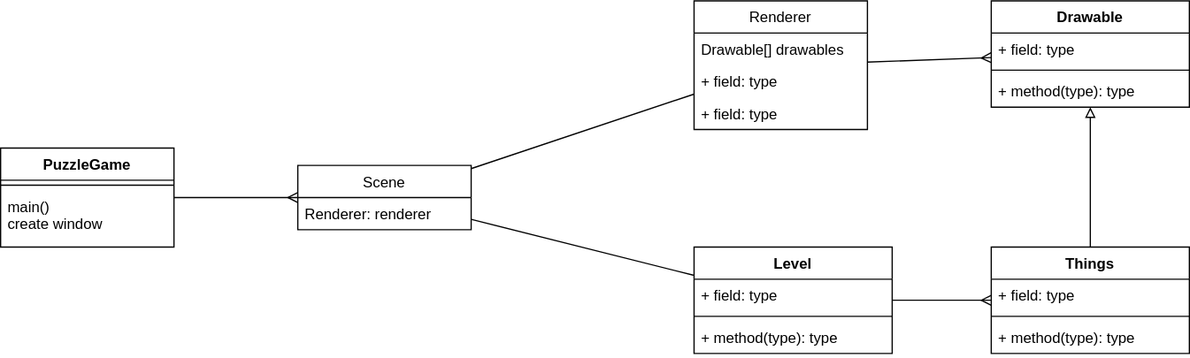
Earlier version of the draw.io export doc/Program structure.drawio.svg (BenMens/ray-tracing-puzzle). Source tidied: cells renumbered, new cells last; positions are measured from the earlier drawing's top-left corner, leaving out a move shared by most shapes. Its diagram source:
```xml
<mxGraphModel>
  <root>
    <mxCell id="0" />
    <mxCell id="1" parent="0" />
    <mxCell id="2" value="Scene" style="swimlane;fontStyle=0;horizontal=1;startSize=26;fillColor=none;" parent="1" vertex="1">
      <mxGeometry x="240" y="133" width="140" height="52" as="geometry" />
    </mxCell>
    <mxCell id="3" value="Renderer: renderer" style="text;strokeColor=none;fillColor=none;align=left;verticalAlign=top;spacingLeft=4;spacingRight=4;overflow=hidden;" parent="2" vertex="1">
      <mxGeometry y="26" width="140" height="26" as="geometry" />
    </mxCell>
    <mxCell id="4" value="Renderer" style="swimlane;fontStyle=0;horizontal=1;startSize=26;fillColor=none;" parent="1" vertex="1">
      <mxGeometry x="560" width="140" height="104" as="geometry" />
    </mxCell>
    <mxCell id="5" value="Drawable[] drawables" style="text;strokeColor=none;fillColor=none;align=left;verticalAlign=top;spacingLeft=4;spacingRight=4;overflow=hidden;" parent="4" vertex="1">
      <mxGeometry y="26" width="140" height="26" as="geometry" />
    </mxCell>
    <mxCell id="6" value="+ field: type" style="text;strokeColor=none;fillColor=none;align=left;verticalAlign=top;spacingLeft=4;spacingRight=4;overflow=hidden;" parent="4" vertex="1">
      <mxGeometry y="52" width="140" height="26" as="geometry" />
    </mxCell>
    <mxCell id="7" value="+ field: type" style="text;strokeColor=none;fillColor=none;align=left;verticalAlign=top;spacingLeft=4;spacingRight=4;overflow=hidden;" parent="4" vertex="1">
      <mxGeometry y="78" width="140" height="26" as="geometry" />
    </mxCell>
    <mxCell id="8" style="edgeStyle=none;html=1;endArrow=ERmany;endFill=0;" parent="1" edge="1" source="9" target="2">
      <mxGeometry relative="1" as="geometry" />
    </mxCell>
    <mxCell id="9" value="PuzzleGame" style="swimlane;fontStyle=1;align=center;verticalAlign=top;horizontal=1;startSize=26;" parent="1" vertex="1">
      <mxGeometry y="119" width="140" height="80" as="geometry" />
    </mxCell>
    <mxCell id="10" style="line;strokeWidth=1;fillColor=none;align=left;verticalAlign=middle;spacingTop=-1;spacingLeft=3;spacingRight=3;labelPosition=right;" parent="9" vertex="1">
      <mxGeometry y="26" width="140" height="8" as="geometry" />
    </mxCell>
    <mxCell id="11" value="main()&#10;    create window" style="text;strokeColor=none;fillColor=none;align=left;verticalAlign=top;spacingLeft=4;spacingRight=4;overflow=hidden;" parent="9" vertex="1">
      <mxGeometry y="34" width="140" height="46" as="geometry" />
    </mxCell>
    <mxCell id="12" style="edgeStyle=none;html=1;endArrow=none;endFill=0;" parent="1" edge="1" source="2" target="4">
      <mxGeometry relative="1" as="geometry" />
    </mxCell>
    <mxCell id="13" value="Drawable" style="swimlane;fontStyle=1;align=center;verticalAlign=top;horizontal=1;startSize=26;" parent="1" vertex="1">
      <mxGeometry x="800" width="160" height="86" as="geometry" />
    </mxCell>
    <mxCell id="14" value="+ field: type" style="text;strokeColor=none;fillColor=none;align=left;verticalAlign=top;spacingLeft=4;spacingRight=4;overflow=hidden;" parent="13" vertex="1">
      <mxGeometry y="26" width="160" height="26" as="geometry" />
    </mxCell>
    <mxCell id="15" style="line;strokeWidth=1;fillColor=none;align=left;verticalAlign=middle;spacingTop=-1;spacingLeft=3;spacingRight=3;labelPosition=right;" parent="13" vertex="1">
      <mxGeometry y="52" width="160" height="8" as="geometry" />
    </mxCell>
    <mxCell id="16" value="+ method(type): type" style="text;strokeColor=none;fillColor=none;align=left;verticalAlign=top;spacingLeft=4;spacingRight=4;overflow=hidden;" parent="13" vertex="1">
      <mxGeometry y="60" width="160" height="26" as="geometry" />
    </mxCell>
    <mxCell id="17" style="edgeStyle=none;html=1;endArrow=ERmany;endFill=0;" parent="1" edge="1" source="4" target="13">
      <mxGeometry relative="1" as="geometry" />
    </mxCell>
    <mxCell id="18" value="Level" style="swimlane;fontStyle=1;align=center;verticalAlign=top;horizontal=1;startSize=26;" parent="1" vertex="1">
      <mxGeometry x="560" y="199" width="160" height="86" as="geometry" />
    </mxCell>
    <mxCell id="19" value="+ field: type" style="text;strokeColor=none;fillColor=none;align=left;verticalAlign=top;spacingLeft=4;spacingRight=4;overflow=hidden;" parent="18" vertex="1">
      <mxGeometry y="26" width="160" height="26" as="geometry" />
    </mxCell>
    <mxCell id="20" style="line;strokeWidth=1;fillColor=none;align=left;verticalAlign=middle;spacingTop=-1;spacingLeft=3;spacingRight=3;labelPosition=right;" parent="18" vertex="1">
      <mxGeometry y="52" width="160" height="8" as="geometry" />
    </mxCell>
    <mxCell id="21" value="+ method(type): type" style="text;strokeColor=none;fillColor=none;align=left;verticalAlign=top;spacingLeft=4;spacingRight=4;overflow=hidden;" parent="18" vertex="1">
      <mxGeometry y="60" width="160" height="26" as="geometry" />
    </mxCell>
    <mxCell id="22" style="edgeStyle=none;html=1;endArrow=none;endFill=0;" parent="1" edge="1" source="2" target="18">
      <mxGeometry relative="1" as="geometry" />
    </mxCell>
    <mxCell id="23" style="edgeStyle=none;html=1;endArrow=block;endFill=0;" parent="1" edge="1" source="24" target="13">
      <mxGeometry relative="1" as="geometry" />
    </mxCell>
    <mxCell id="24" value="Things" style="swimlane;fontStyle=1;align=center;verticalAlign=top;horizontal=1;startSize=26;" parent="1" vertex="1">
      <mxGeometry x="800" y="199" width="160" height="86" as="geometry" />
    </mxCell>
    <mxCell id="25" value="+ field: type" style="text;strokeColor=none;fillColor=none;align=left;verticalAlign=top;spacingLeft=4;spacingRight=4;overflow=hidden;" parent="24" vertex="1">
      <mxGeometry y="26" width="160" height="26" as="geometry" />
    </mxCell>
    <mxCell id="26" style="line;strokeWidth=1;fillColor=none;align=left;verticalAlign=middle;spacingTop=-1;spacingLeft=3;spacingRight=3;labelPosition=right;" parent="24" vertex="1">
      <mxGeometry y="52" width="160" height="8" as="geometry" />
    </mxCell>
    <mxCell id="27" value="+ method(type): type" style="text;strokeColor=none;fillColor=none;align=left;verticalAlign=top;spacingLeft=4;spacingRight=4;overflow=hidden;" parent="24" vertex="1">
      <mxGeometry y="60" width="160" height="26" as="geometry" />
    </mxCell>
    <mxCell id="28" style="edgeStyle=none;html=1;endArrow=ERmany;endFill=0;" parent="1" edge="1" source="18" target="24">
      <mxGeometry relative="1" as="geometry" />
    </mxCell>
  </root>
</mxGraphModel>
```
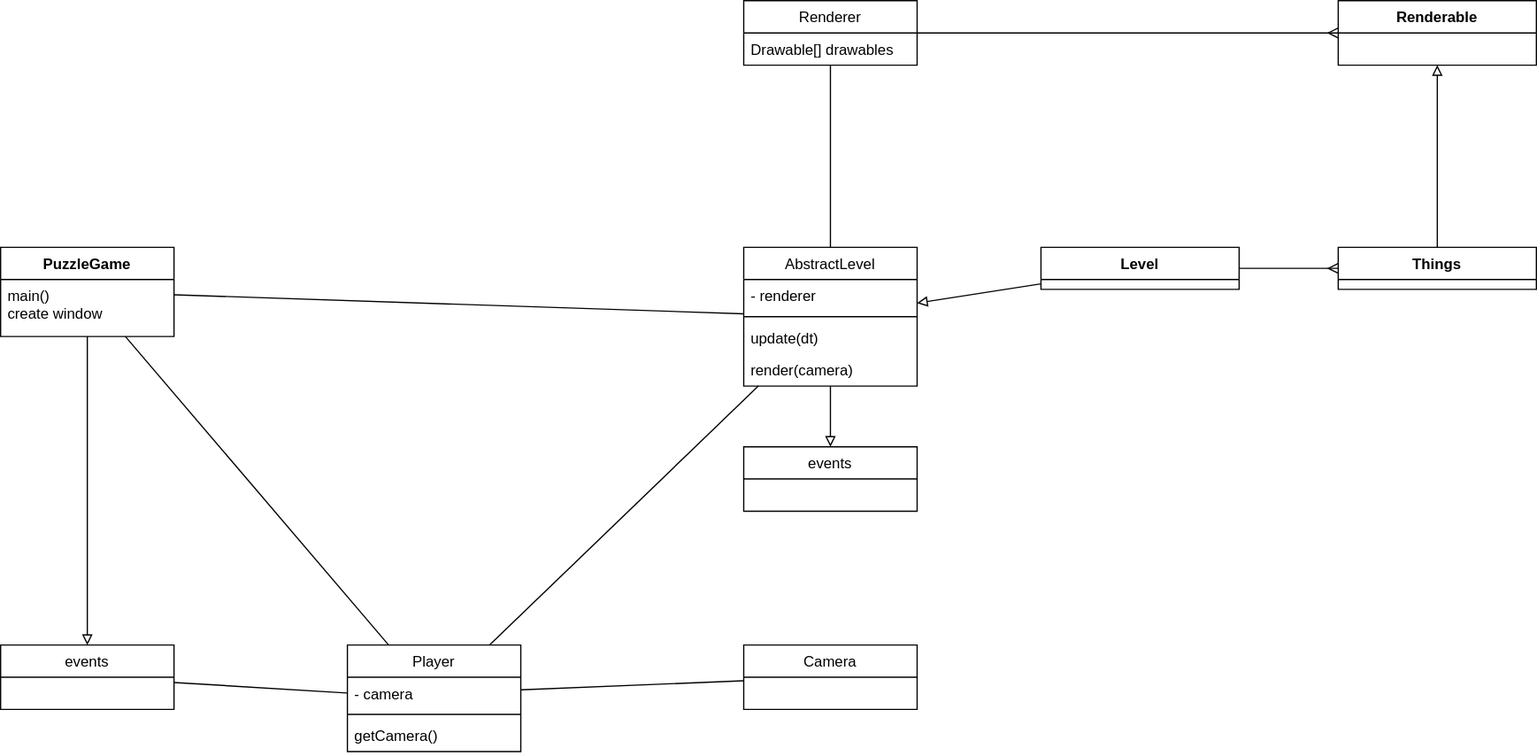
Later version of the same file.

Commit message:
designed program

What changed in the source:
```diff
@@ -2,86 +2,98 @@
   <root>
     <mxCell id="0" />
     <mxCell id="1" parent="0" />
-    <mxCell id="2" value="Scene" style="swimlane;fontStyle=0;horizontal=1;startSize=26;fillColor=none;" parent="1" vertex="1">
-      <mxGeometry x="240" y="133" width="140" height="52" as="geometry" />
-    </mxCell>
-    <mxCell id="3" value="Renderer: renderer" style="text;strokeColor=none;fillColor=none;align=left;verticalAlign=top;spacingLeft=4;spacingRight=4;overflow=hidden;" parent="2" vertex="1">
-      <mxGeometry y="26" width="140" height="26" as="geometry" />
-    </mxCell>
     <mxCell id="4" value="Renderer" style="swimlane;fontStyle=0;horizontal=1;startSize=26;fillColor=none;" parent="1" vertex="1">
-      <mxGeometry x="560" width="140" height="104" as="geometry" />
+      <mxGeometry x="320" width="140" height="52" as="geometry" />
     </mxCell>
     <mxCell id="5" value="Drawable[] drawables" style="text;strokeColor=none;fillColor=none;align=left;verticalAlign=top;spacingLeft=4;spacingRight=4;overflow=hidden;" parent="4" vertex="1">
       <mxGeometry y="26" width="140" height="26" as="geometry" />
     </mxCell>
-    <mxCell id="6" value="+ field: type" style="text;strokeColor=none;fillColor=none;align=left;verticalAlign=top;spacingLeft=4;spacingRight=4;overflow=hidden;" parent="4" vertex="1">
-      <mxGeometry y="52" width="140" height="26" as="geometry" />
-    </mxCell>
-    <mxCell id="7" value="+ field: type" style="text;strokeColor=none;fillColor=none;align=left;verticalAlign=top;spacingLeft=4;spacingRight=4;overflow=hidden;" parent="4" vertex="1">
-      <mxGeometry y="78" width="140" height="26" as="geometry" />
-    </mxCell>
-    <mxCell id="8" style="edgeStyle=none;html=1;endArrow=ERmany;endFill=0;" parent="1" edge="1" source="9" target="2">
-      <mxGeometry relative="1" as="geometry" />
-    </mxCell>
+    <mxCell id="29" style="edgeStyle=none;html=1;endArrow=none;endFill=0;" parent="1" edge="1" source="9" target="34">
+      <mxGeometry relative="1" as="geometry" />
+    </mxCell>
+    <mxCell id="30" style="edgeStyle=none;html=1;endArrow=none;endFill=0;" parent="1" edge="1" source="9" target="42">
+      <mxGeometry relative="1" as="geometry" />
+    </mxCell>
+    <mxCell id="31" style="edgeStyle=none;html=1;startArrow=block;startFill=0;endArrow=none;endFill=0;" parent="1" edge="1" source="49" target="9">
+      <mxGeometry relative="1" as="geometry" />
+    </mxCell>
     <mxCell id="9" value="PuzzleGame" style="swimlane;fontStyle=1;align=center;verticalAlign=top;horizontal=1;startSize=26;" parent="1" vertex="1">
-      <mxGeometry y="119" width="140" height="80" as="geometry" />
+      <mxGeometry x="-280" y="199" width="140" height="72" as="geometry" />
     </mxCell>
-    <mxCell id="10" style="line;strokeWidth=1;fillColor=none;align=left;verticalAlign=middle;spacingTop=-1;spacingLeft=3;spacingRight=3;labelPosition=right;" parent="9" vertex="1">
-      <mxGeometry y="26" width="140" height="8" as="geometry" />
-    </mxCell>
     <mxCell id="11" value="main()&#10;    create window" style="text;strokeColor=none;fillColor=none;align=left;verticalAlign=top;spacingLeft=4;spacingRight=4;overflow=hidden;" parent="9" vertex="1">
-      <mxGeometry y="34" width="140" height="46" as="geometry" />
+      <mxGeometry y="26" width="140" height="46" as="geometry" />
     </mxCell>
-    <mxCell id="12" style="edgeStyle=none;html=1;endArrow=none;endFill=0;" parent="1" edge="1" source="2" target="4">
-      <mxGeometry relative="1" as="geometry" />
-    </mxCell>
-    <mxCell id="13" value="Drawable" style="swimlane;fontStyle=1;align=center;verticalAlign=top;horizontal=1;startSize=26;" parent="1" vertex="1">
-      <mxGeometry x="800" width="160" height="86" as="geometry" />
+    <mxCell id="13" value="Renderable" style="swimlane;fontStyle=1;align=center;verticalAlign=top;horizontal=1;startSize=26;" parent="1" vertex="1">
+      <mxGeometry x="800" width="160" height="52" as="geometry" />
     </mxCell>
-    <mxCell id="14" value="+ field: type" style="text;strokeColor=none;fillColor=none;align=left;verticalAlign=top;spacingLeft=4;spacingRight=4;overflow=hidden;" parent="13" vertex="1">
-      <mxGeometry y="26" width="160" height="26" as="geometry" />
-    </mxCell>
-    <mxCell id="15" style="line;strokeWidth=1;fillColor=none;align=left;verticalAlign=middle;spacingTop=-1;spacingLeft=3;spacingRight=3;labelPosition=right;" parent="13" vertex="1">
-      <mxGeometry y="52" width="160" height="8" as="geometry" />
-    </mxCell>
-    <mxCell id="16" value="+ method(type): type" style="text;strokeColor=none;fillColor=none;align=left;verticalAlign=top;spacingLeft=4;spacingRight=4;overflow=hidden;" parent="13" vertex="1">
-      <mxGeometry y="60" width="160" height="26" as="geometry" />
-    </mxCell>
     <mxCell id="17" style="edgeStyle=none;html=1;endArrow=ERmany;endFill=0;" parent="1" edge="1" source="4" target="13">
       <mxGeometry relative="1" as="geometry" />
     </mxCell>
     <mxCell id="18" value="Level" style="swimlane;fontStyle=1;align=center;verticalAlign=top;horizontal=1;startSize=26;" parent="1" vertex="1">
-      <mxGeometry x="560" y="199" width="160" height="86" as="geometry" />
+      <mxGeometry x="560" y="199" width="160" height="34" as="geometry" />
     </mxCell>
-    <mxCell id="19" value="+ field: type" style="text;strokeColor=none;fillColor=none;align=left;verticalAlign=top;spacingLeft=4;spacingRight=4;overflow=hidden;" parent="18" vertex="1">
-      <mxGeometry y="26" width="160" height="26" as="geometry" />
-    </mxCell>
-    <mxCell id="20" style="line;strokeWidth=1;fillColor=none;align=left;verticalAlign=middle;spacingTop=-1;spacingLeft=3;spacingRight=3;labelPosition=right;" parent="18" vertex="1">
-      <mxGeometry y="52" width="160" height="8" as="geometry" />
-    </mxCell>
-    <mxCell id="21" value="+ method(type): type" style="text;strokeColor=none;fillColor=none;align=left;verticalAlign=top;spacingLeft=4;spacingRight=4;overflow=hidden;" parent="18" vertex="1">
-      <mxGeometry y="60" width="160" height="26" as="geometry" />
-    </mxCell>
-    <mxCell id="22" style="edgeStyle=none;html=1;endArrow=none;endFill=0;" parent="1" edge="1" source="2" target="18">
-      <mxGeometry relative="1" as="geometry" />
-    </mxCell>
     <mxCell id="23" style="edgeStyle=none;html=1;endArrow=block;endFill=0;" parent="1" edge="1" source="24" target="13">
       <mxGeometry relative="1" as="geometry" />
     </mxCell>
     <mxCell id="24" value="Things" style="swimlane;fontStyle=1;align=center;verticalAlign=top;horizontal=1;startSize=26;" parent="1" vertex="1">
-      <mxGeometry x="800" y="199" width="160" height="86" as="geometry" />
+      <mxGeometry x="800" y="199" width="160" height="34" as="geometry" />
     </mxCell>
-    <mxCell id="25" value="+ field: type" style="text;strokeColor=none;fillColor=none;align=left;verticalAlign=top;spacingLeft=4;spacingRight=4;overflow=hidden;" parent="24" vertex="1">
-      <mxGeometry y="26" width="160" height="26" as="geometry" />
-    </mxCell>
-    <mxCell id="26" style="line;strokeWidth=1;fillColor=none;align=left;verticalAlign=middle;spacingTop=-1;spacingLeft=3;spacingRight=3;labelPosition=right;" parent="24" vertex="1">
-      <mxGeometry y="52" width="160" height="8" as="geometry" />
-    </mxCell>
-    <mxCell id="27" value="+ method(type): type" style="text;strokeColor=none;fillColor=none;align=left;verticalAlign=top;spacingLeft=4;spacingRight=4;overflow=hidden;" parent="24" vertex="1">
-      <mxGeometry y="60" width="160" height="26" as="geometry" />
-    </mxCell>
     <mxCell id="28" style="edgeStyle=none;html=1;endArrow=ERmany;endFill=0;" parent="1" edge="1" source="18" target="24">
       <mxGeometry relative="1" as="geometry" />
     </mxCell>
+    <mxCell id="32" style="edgeStyle=none;html=1;endArrow=none;endFill=0;" parent="1" edge="1" source="35" target="38">
+      <mxGeometry relative="1" as="geometry" />
+    </mxCell>
+    <mxCell id="33" style="edgeStyle=none;html=1;startArrow=none;startFill=0;endArrow=none;endFill=0;" parent="1" edge="1" source="34" target="42">
+      <mxGeometry relative="1" as="geometry" />
+    </mxCell>
+    <mxCell id="34" value="Player" style="swimlane;fontStyle=0;horizontal=1;startSize=26;fillColor=none;" parent="1" vertex="1">
+      <mxGeometry y="520" width="140" height="86" as="geometry" />
+    </mxCell>
+    <mxCell id="35" value="- camera" style="text;strokeColor=none;fillColor=none;align=left;verticalAlign=top;spacingLeft=4;spacingRight=4;overflow=hidden;points=[[0,0.5],[1,0.5]];portConstraint=eastwest;" parent="34" vertex="1">
+      <mxGeometry y="26" width="140" height="26" as="geometry" />
+    </mxCell>
+    <mxCell id="36" style="line;strokeWidth=1;fillColor=none;align=left;verticalAlign=middle;spacingTop=-1;spacingLeft=3;spacingRight=3;labelPosition=right;" parent="34" vertex="1">
+      <mxGeometry y="52" width="140" height="8" as="geometry" />
+    </mxCell>
+    <mxCell id="37" value="getCamera()" style="text;strokeColor=none;fillColor=none;align=left;verticalAlign=top;spacingLeft=4;spacingRight=4;overflow=hidden;" parent="34" vertex="1">
+      <mxGeometry y="60" width="140" height="26" as="geometry" />
+    </mxCell>
+    <mxCell id="38" value="Camera" style="swimlane;fontStyle=0;horizontal=1;startSize=26;fillColor=none;" parent="1" vertex="1">
+      <mxGeometry x="320" y="520" width="140" height="52" as="geometry" />
+    </mxCell>
+    <mxCell id="39" style="edgeStyle=none;html=1;endArrow=none;endFill=0;startArrow=block;startFill=0;" parent="1" edge="1" source="42" target="18">
+      <mxGeometry relative="1" as="geometry" />
+    </mxCell>
+    <mxCell id="40" style="edgeStyle=none;html=1;endArrow=none;endFill=0;" parent="1" edge="1" source="42" target="4">
+      <mxGeometry relative="1" as="geometry" />
+    </mxCell>
+    <mxCell id="41" style="edgeStyle=none;html=1;endArrow=block;endFill=0;startArrow=none;startFill=0;" parent="1" edge="1" source="42" target="47">
+      <mxGeometry relative="1" as="geometry" />
+    </mxCell>
+    <mxCell id="42" value="AbstractLevel" style="swimlane;fontStyle=0;horizontal=1;startSize=26;fillColor=none;" parent="1" vertex="1">
+      <mxGeometry x="320" y="199" width="140" height="112" as="geometry" />
+    </mxCell>
+    <mxCell id="43" value="- renderer" style="text;strokeColor=none;fillColor=none;align=left;verticalAlign=top;spacingLeft=4;spacingRight=4;overflow=hidden;" parent="42" vertex="1">
+      <mxGeometry y="26" width="140" height="26" as="geometry" />
+    </mxCell>
+    <mxCell id="44" style="line;strokeWidth=1;fillColor=none;align=left;verticalAlign=middle;spacingTop=-1;spacingLeft=3;spacingRight=3;labelPosition=right;" parent="42" vertex="1">
+      <mxGeometry y="52" width="140" height="8" as="geometry" />
+    </mxCell>
+    <mxCell id="45" value="update(dt)" style="text;strokeColor=none;fillColor=none;align=left;verticalAlign=top;spacingLeft=4;spacingRight=4;overflow=hidden;" parent="42" vertex="1">
+      <mxGeometry y="60" width="140" height="26" as="geometry" />
+    </mxCell>
+    <mxCell id="46" value="render(camera)" style="text;strokeColor=none;fillColor=none;align=left;verticalAlign=top;spacingLeft=4;spacingRight=4;overflow=hidden;" parent="42" vertex="1">
+      <mxGeometry y="86" width="140" height="26" as="geometry" />
+    </mxCell>
+    <mxCell id="47" value="events" style="swimlane;fontStyle=0;horizontal=1;startSize=26;fillColor=none;" parent="1" vertex="1">
+      <mxGeometry x="320" y="360" width="140" height="52" as="geometry" />
+    </mxCell>
+    <mxCell id="48" style="edgeStyle=none;html=1;startArrow=none;startFill=0;endArrow=none;endFill=0;" parent="1" edge="1" source="49" target="34">
+      <mxGeometry relative="1" as="geometry" />
+    </mxCell>
+    <mxCell id="49" value="events" style="swimlane;fontStyle=0;horizontal=1;startSize=26;fillColor=none;" parent="1" vertex="1">
+      <mxGeometry x="-280" y="520" width="140" height="52" as="geometry" />
+    </mxCell>
   </root>
 </mxGraphModel>
```
